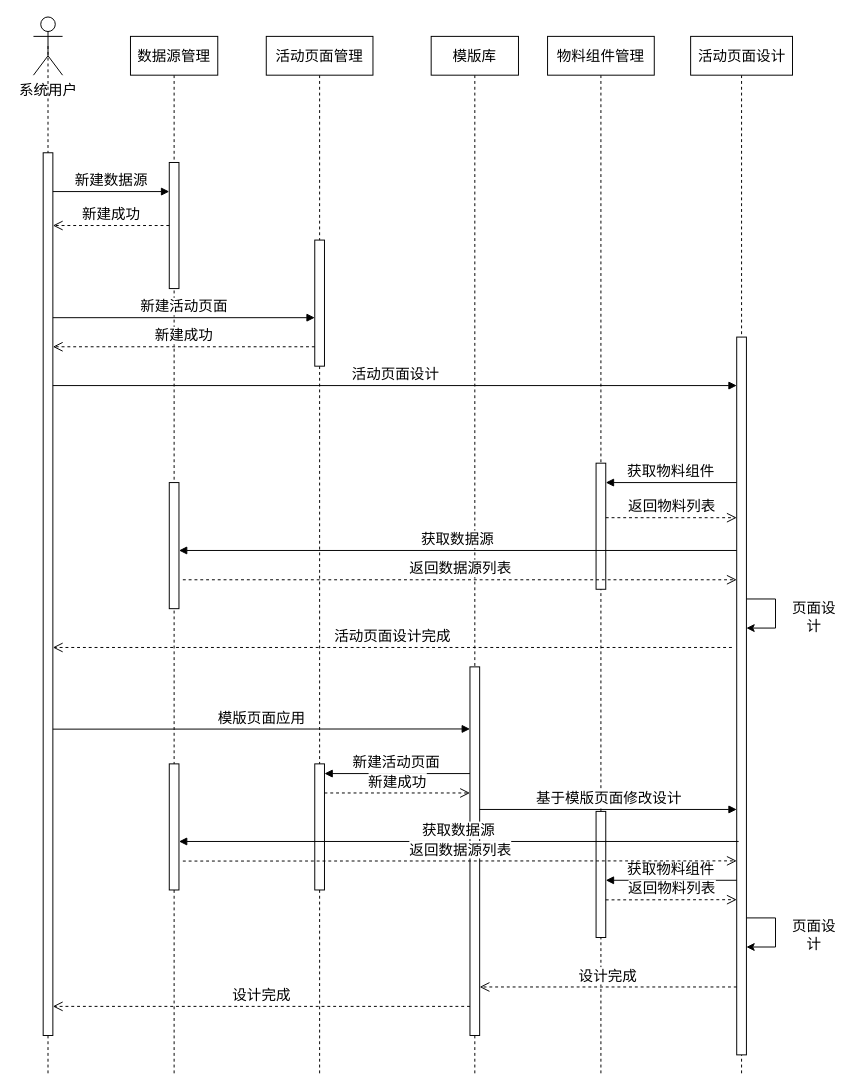
Earlier version of the draw.io diagram 活动页面搭建时序图.drawio (yuxinyu12345/diagrams). Source tidied: cells renumbered, new cells numbered last; positions are measured from the earlier drawing's top-left corner, leaving out a move shared by most shapes. Both pictures are drawn from the tidied source at 97%, with x=0, y=0 at pixel (33, 16).
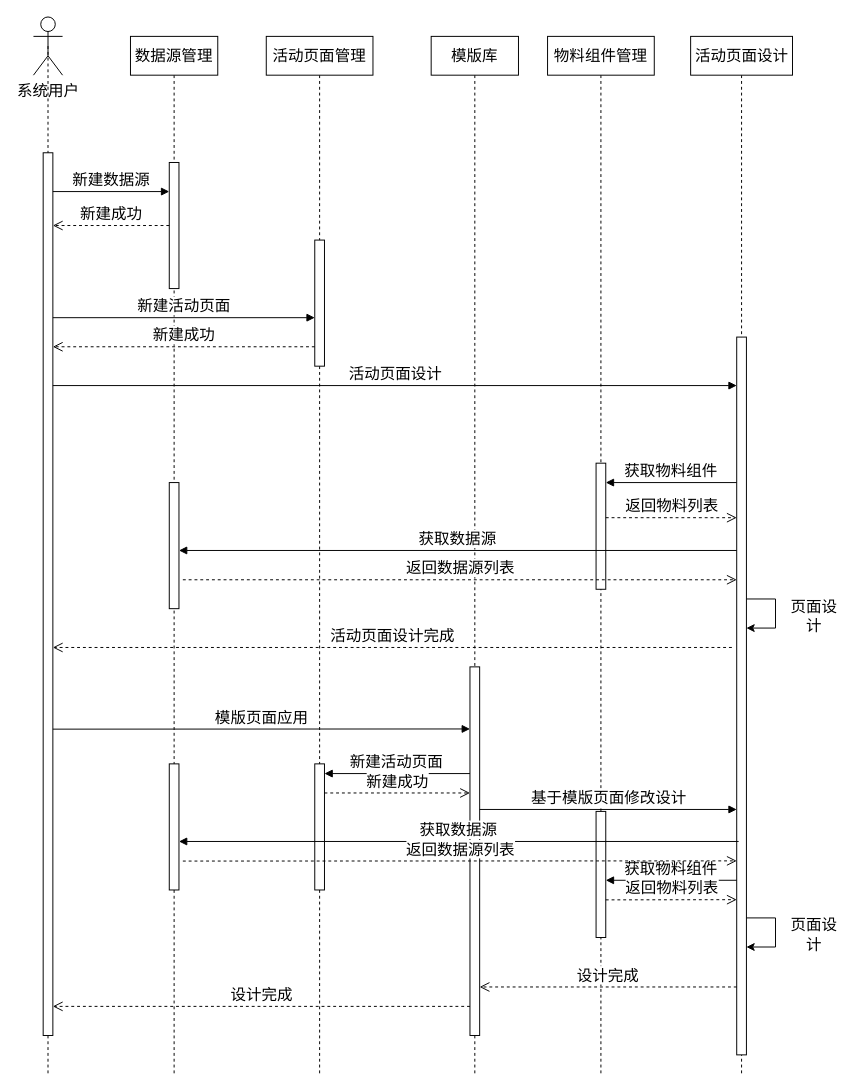
After the change.

Commit message (it also covers changes not shown here):
更新活动页面搭建时序图.drawio

What changed in the source:
```diff
@@
-    <mxCell id="2" style="edgeStyle=orthogonalEdgeStyle;rounded=0;jettySize=auto;html=1;exitX=0.5;exitY=0.5;exitDx=0;exitDy=0;exitPerimeter=0;dashed=1;endArrow=none;endFill=0;" parent="1" edge="1" source="3">
+    <mxCell id="2" style="edgeStyle=orthogonalEdgeStyle;rounded=0;jettySize=auto;html=1;exitX=0.5;exitY=0.5;exitDx=0;exitDy=0;exitPerimeter=0;dashed=1;endArrow=none;endFill=0;fontSize=16;" parent="1" edge="1" source="3">
       <mxGeometry relative="1" as="geometry">
         <mxPoint x="15" y="1090" as="targetPoint" />
       </mxGeometry>
     </mxCell>
-    <mxCell id="3" value="系统用户" style="shape=umlActor;verticalLabelPosition=bottom;verticalAlign=top;html=1;outlineConnect=0;fontSize=15;" parent="1" vertex="1">
+    <mxCell id="3" value="系统用户" style="shape=umlActor;verticalLabelPosition=bottom;verticalAlign=top;html=1;outlineConnect=0;fontSize=16;" parent="1" vertex="1">
       <mxGeometry width="30" height="60" as="geometry" />
     </mxCell>
-    <mxCell id="4" style="edgeStyle=orthogonalEdgeStyle;rounded=0;jettySize=auto;html=1;exitX=0.5;exitY=1;exitDx=0;exitDy=0;dashed=1;endArrow=none;endFill=0;" parent="1" edge="1" source="5">
+    <mxCell id="4" style="edgeStyle=orthogonalEdgeStyle;rounded=0;jettySize=auto;html=1;exitX=0.5;exitY=1;exitDx=0;exitDy=0;dashed=1;endArrow=none;endFill=0;fontSize=16;" parent="1" edge="1" source="5">
       <mxGeometry relative="1" as="geometry">
         <mxPoint x="585" y="1090" as="targetPoint" />
       </mxGeometry>
     </mxCell>
-    <mxCell id="5" value="物料组件管理" style="rounded=0;whiteSpace=wrap;html=1;fontSize=15;" parent="1" vertex="1">
+    <mxCell id="5" value="物料组件管理" style="rounded=0;whiteSpace=wrap;html=1;fontSize=16;" parent="1" vertex="1">
       <mxGeometry x="530" y="20" width="110" height="40" as="geometry" />
     </mxCell>
-    <mxCell id="6" style="edgeStyle=orthogonalEdgeStyle;rounded=0;jettySize=auto;html=1;exitX=0.5;exitY=1;exitDx=0;exitDy=0;dashed=1;endArrow=none;endFill=0;" parent="1" edge="1" source="7">
+    <mxCell id="6" style="edgeStyle=orthogonalEdgeStyle;rounded=0;jettySize=auto;html=1;exitX=0.5;exitY=1;exitDx=0;exitDy=0;dashed=1;endArrow=none;endFill=0;fontSize=16;" parent="1" edge="1" source="7">
       <mxGeometry relative="1" as="geometry">
         <mxPoint x="145" y="1090" as="targetPoint" />
       </mxGeometry>
     </mxCell>
-    <mxCell id="7" value="数据源管理" style="rounded=0;whiteSpace=wrap;html=1;fontSize=15;" parent="1" vertex="1">
+    <mxCell id="7" value="数据源管理" style="rounded=0;whiteSpace=wrap;html=1;fontSize=16;" parent="1" vertex="1">
       <mxGeometry x="100" y="20" width="90" height="40" as="geometry" />
     </mxCell>
-    <mxCell id="8" style="edgeStyle=orthogonalEdgeStyle;rounded=0;jettySize=auto;html=1;exitX=0.5;exitY=1;exitDx=0;exitDy=0;dashed=1;endArrow=none;endFill=0;" parent="1" edge="1" source="9">
+    <mxCell id="8" style="edgeStyle=orthogonalEdgeStyle;rounded=0;jettySize=auto;html=1;exitX=0.5;exitY=1;exitDx=0;exitDy=0;dashed=1;endArrow=none;endFill=0;fontSize=16;" parent="1" edge="1" source="9">
       <mxGeometry relative="1" as="geometry">
         <mxPoint x="295" y="1090" as="targetPoint" />
       </mxGeometry>
     </mxCell>
-    <mxCell id="9" value="活动页面管理" style="rounded=0;whiteSpace=wrap;html=1;fontSize=15;" parent="1" vertex="1">
+    <mxCell id="9" value="活动页面管理" style="rounded=0;whiteSpace=wrap;html=1;fontSize=16;" parent="1" vertex="1">
       <mxGeometry x="240" y="20" width="110" height="40" as="geometry" />
     </mxCell>
-    <mxCell id="10" style="edgeStyle=orthogonalEdgeStyle;rounded=0;jettySize=auto;html=1;exitX=0.5;exitY=1;exitDx=0;exitDy=0;dashed=1;endArrow=none;endFill=0;" parent="1" edge="1" source="11">
+    <mxCell id="10" style="edgeStyle=orthogonalEdgeStyle;rounded=0;jettySize=auto;html=1;exitX=0.5;exitY=1;exitDx=0;exitDy=0;dashed=1;endArrow=none;endFill=0;fontSize=16;" parent="1" edge="1" source="11">
       <mxGeometry relative="1" as="geometry">
         <mxPoint x="730" y="1090" as="targetPoint" />
       </mxGeometry>
     </mxCell>
-    <mxCell id="11" value="活动页面设计" style="rounded=0;whiteSpace=wrap;html=1;fontSize=15;" parent="1" vertex="1">
+    <mxCell id="11" value="活动页面设计" style="rounded=0;whiteSpace=wrap;html=1;fontSize=16;" parent="1" vertex="1">
       <mxGeometry x="677.5" y="20" width="105" height="40" as="geometry" />
     </mxCell>
-    <mxCell id="12" style="html=1;points=[[0,0,0,0,5],[0,1,0,0,-5],[1,0,0,0,5],[1,1,0,0,-5]];perimeter=orthogonalPerimeter;outlineConnect=0;targetShapes=umlLifeline;portConstraint=eastwest;newEdgeStyle={&quot;curved&quot;:0,&quot;rounded&quot;:0};fontSize=15;" parent="1" vertex="1">
+    <mxCell id="12" style="html=1;points=[[0,0,0,0,5],[0,1,0,0,-5],[1,0,0,0,5],[1,1,0,0,-5]];perimeter=orthogonalPerimeter;outlineConnect=0;targetShapes=umlLifeline;portConstraint=eastwest;newEdgeStyle={&quot;curved&quot;:0,&quot;rounded&quot;:0};fontSize=16;" parent="1" vertex="1">
       <mxGeometry x="10" y="140" width="10" height="910" as="geometry" />
     </mxCell>
-    <mxCell id="13" style="html=1;points=[[0,0,0,0,5],[0,1,0,0,-5],[1,0,0,0,5],[1,1,0,0,-5]];perimeter=orthogonalPerimeter;outlineConnect=0;targetShapes=umlLifeline;portConstraint=eastwest;newEdgeStyle={&quot;curved&quot;:0,&quot;rounded&quot;:0};fontSize=15;" parent="1" vertex="1">
+    <mxCell id="13" style="html=1;points=[[0,0,0,0,5],[0,1,0,0,-5],[1,0,0,0,5],[1,1,0,0,-5]];perimeter=orthogonalPerimeter;outlineConnect=0;targetShapes=umlLifeline;portConstraint=eastwest;newEdgeStyle={&quot;curved&quot;:0,&quot;rounded&quot;:0};fontSize=16;" parent="1" vertex="1">
       <mxGeometry x="140" y="150" width="10" height="130" as="geometry" />
     </mxCell>
-    <mxCell id="14" value="新建数据源" style="html=1;verticalAlign=bottom;endArrow=block;curved=0;rounded=0;fontSize=15;" parent="1" edge="1" target="13">
+    <mxCell id="14" value="新建数据源" style="html=1;verticalAlign=bottom;endArrow=block;curved=0;rounded=0;fontSize=16;" parent="1" edge="1" target="13">
       <mxGeometry relative="1" as="geometry">
         <mxPoint x="20" y="180" as="sourcePoint" />
       </mxGeometry>
     </mxCell>
-    <mxCell id="15" value="新建成功" style="html=1;verticalAlign=bottom;endArrow=open;dashed=1;endSize=8;curved=0;rounded=0;fontSize=15;" parent="1" edge="1" source="13" target="12">
+    <mxCell id="15" value="新建成功" style="html=1;verticalAlign=bottom;endArrow=open;dashed=1;endSize=8;curved=0;rounded=0;fontSize=16;" parent="1" edge="1" source="13" target="12">
       <mxGeometry relative="1" as="geometry" />
     </mxCell>
-    <mxCell id="16" style="edgeStyle=orthogonalEdgeStyle;rounded=0;jettySize=auto;html=1;exitX=0.5;exitY=1;exitDx=0;exitDy=0;dashed=1;endArrow=none;endFill=0;" parent="1" edge="1" source="17">
+    <mxCell id="16" style="edgeStyle=orthogonalEdgeStyle;rounded=0;jettySize=auto;html=1;exitX=0.5;exitY=1;exitDx=0;exitDy=0;dashed=1;endArrow=none;endFill=0;fontSize=16;" parent="1" edge="1" source="17">
       <mxGeometry relative="1" as="geometry">
         <mxPoint x="455" y="1090" as="targetPoint" />
       </mxGeometry>
     </mxCell>
-    <mxCell id="17" value="模版库" style="rounded=0;whiteSpace=wrap;html=1;fontSize=15;" parent="1" vertex="1">
+    <mxCell id="17" value="模版库" style="rounded=0;whiteSpace=wrap;html=1;fontSize=16;" parent="1" vertex="1">
       <mxGeometry x="410" y="20" width="90" height="40" as="geometry" />
     </mxCell>
-    <mxCell id="18" style="html=1;points=[[0,0,0,0,5],[0,1,0,0,-5],[1,0,0,0,5],[1,1,0,0,-5]];perimeter=orthogonalPerimeter;outlineConnect=0;targetShapes=umlLifeline;portConstraint=eastwest;newEdgeStyle={&quot;curved&quot;:0,&quot;rounded&quot;:0};fontSize=15;" parent="1" vertex="1">
+    <mxCell id="18" style="html=1;points=[[0,0,0,0,5],[0,1,0,0,-5],[1,0,0,0,5],[1,1,0,0,-5]];perimeter=orthogonalPerimeter;outlineConnect=0;targetShapes=umlLifeline;portConstraint=eastwest;newEdgeStyle={&quot;curved&quot;:0,&quot;rounded&quot;:0};fontSize=16;" parent="1" vertex="1">
       <mxGeometry x="290" y="230" width="10" height="130" as="geometry" />
     </mxCell>
-    <mxCell id="19" value="新建活动页面" style="html=1;verticalAlign=bottom;endArrow=block;curved=0;rounded=0;fontSize=15;" parent="1" edge="1" target="18">
+    <mxCell id="19" value="新建活动页面" style="html=1;verticalAlign=bottom;endArrow=block;curved=0;rounded=0;fontSize=16;" parent="1" edge="1" target="18">
       <mxGeometry relative="1" as="geometry">
         <mxPoint x="20" y="310" as="sourcePoint" />
       </mxGeometry>
     </mxCell>
-    <mxCell id="20" value="新建成功" style="html=1;verticalAlign=bottom;endArrow=open;dashed=1;endSize=8;curved=0;rounded=0;fontSize=15;" parent="1" edge="1" source="18">
+    <mxCell id="20" value="新建成功" style="html=1;verticalAlign=bottom;endArrow=open;dashed=1;endSize=8;curved=0;rounded=0;fontSize=16;" parent="1" edge="1" source="18">
       <mxGeometry relative="1" as="geometry">
         <mxPoint x="20" y="340" as="targetPoint" />
       </mxGeometry>
     </mxCell>
-    <mxCell id="21" style="html=1;points=[[0,0,0,0,5],[0,1,0,0,-5],[1,0,0,0,5],[1,1,0,0,-5]];perimeter=orthogonalPerimeter;outlineConnect=0;targetShapes=umlLifeline;portConstraint=eastwest;newEdgeStyle={&quot;curved&quot;:0,&quot;rounded&quot;:0};" parent="1" vertex="1">
+    <mxCell id="21" style="html=1;points=[[0,0,0,0,5],[0,1,0,0,-5],[1,0,0,0,5],[1,1,0,0,-5]];perimeter=orthogonalPerimeter;outlineConnect=0;targetShapes=umlLifeline;portConstraint=eastwest;newEdgeStyle={&quot;curved&quot;:0,&quot;rounded&quot;:0};fontSize=16;" parent="1" vertex="1">
       <mxGeometry x="725" y="330" width="10" height="740" as="geometry" />
     </mxCell>
-    <mxCell id="22" value="活动页面设计" style="html=1;verticalAlign=bottom;endArrow=block;curved=0;rounded=0;fontSize=15;" parent="1" edge="1" target="21">
+    <mxCell id="22" value="活动页面设计" style="html=1;verticalAlign=bottom;endArrow=block;curved=0;rounded=0;fontSize=16;" parent="1" edge="1" target="21">
       <mxGeometry relative="1" as="geometry">
         <mxPoint x="20" y="380" as="sourcePoint" />
       </mxGeometry>
     </mxCell>
-    <mxCell id="23" style="html=1;points=[[0,0,0,0,5],[0,1,0,0,-5],[1,0,0,0,5],[1,1,0,0,-5]];perimeter=orthogonalPerimeter;outlineConnect=0;targetShapes=umlLifeline;portConstraint=eastwest;newEdgeStyle={&quot;curved&quot;:0,&quot;rounded&quot;:0};fontSize=15;" parent="1" vertex="1">
+    <mxCell id="23" style="html=1;points=[[0,0,0,0,5],[0,1,0,0,-5],[1,0,0,0,5],[1,1,0,0,-5]];perimeter=orthogonalPerimeter;outlineConnect=0;targetShapes=umlLifeline;portConstraint=eastwest;newEdgeStyle={&quot;curved&quot;:0,&quot;rounded&quot;:0};fontSize=16;" parent="1" vertex="1">
       <mxGeometry x="140" y="480" width="10" height="130" as="geometry" />
     </mxCell>
-    <mxCell id="24" style="html=1;perimeter=orthogonalPerimeter;targetShapes=umlLifeline;newEdgeStyle={&quot;curved&quot;:0,&quot;rounded&quot;:0};fontSize=15;" parent="1" vertex="1">
+    <mxCell id="24" style="html=1;perimeter=orthogonalPerimeter;targetShapes=umlLifeline;newEdgeStyle={&quot;curved&quot;:0,&quot;rounded&quot;:0};fontSize=16;" parent="1" vertex="1">
       <mxGeometry x="580" y="460" width="10" height="130" as="geometry" />
     </mxCell>
-    <mxCell id="25" value="获取物料组件" style="html=1;verticalAlign=bottom;endArrow=block;curved=0;rounded=0;fontSize=15;" parent="1" edge="1">
+    <mxCell id="25" value="获取物料组件" style="html=1;verticalAlign=bottom;endArrow=block;curved=0;rounded=0;fontSize=16;" parent="1" edge="1">
       <mxGeometry relative="1" as="geometry">
         <mxPoint x="725" y="480" as="sourcePoint" />
         <mxPoint x="590" y="480" as="targetPoint" />
       </mxGeometry>
     </mxCell>
-    <mxCell id="26" value="获取数据源" style="html=1;verticalAlign=bottom;endArrow=block;curved=0;rounded=0;fontSize=15;" parent="1" edge="1" target="23">
+    <mxCell id="26" value="获取数据源" style="html=1;verticalAlign=bottom;endArrow=block;curved=0;rounded=0;fontSize=16;" parent="1" edge="1" target="23">
       <mxGeometry relative="1" as="geometry">
         <mxPoint x="725" y="550" as="sourcePoint" />
       </mxGeometry>
     </mxCell>
-    <mxCell id="27" value="返回物料列表" style="html=1;verticalAlign=bottom;endArrow=open;dashed=1;endSize=8;curved=0;rounded=0;fontSize=15;" parent="1" edge="1" target="21">
+    <mxCell id="27" value="返回物料列表" style="html=1;verticalAlign=bottom;endArrow=open;dashed=1;endSize=8;curved=0;rounded=0;fontSize=16;" parent="1" edge="1" target="21">
       <mxGeometry relative="1" as="geometry">
         <mxPoint x="590" y="516.2" as="sourcePoint" />
       </mxGeometry>
     </mxCell>
-    <mxCell id="28" value="返回数据源列表" style="html=1;verticalAlign=bottom;endArrow=open;dashed=1;endSize=8;curved=0;rounded=0;fontSize=15;" parent="1" edge="1" target="21">
+    <mxCell id="28" value="返回数据源列表" style="html=1;verticalAlign=bottom;endArrow=open;dashed=1;endSize=8;curved=0;rounded=0;fontSize=16;" parent="1" edge="1" target="21">
       <mxGeometry relative="1" as="geometry">
         <mxPoint x="154" y="580.2" as="sourcePoint" />
       </mxGeometry>
     </mxCell>
-    <mxCell id="29" style="endArrow=classic;html=1;rounded=0;fontSize=15;" parent="1" edge="1">
+    <mxCell id="29" style="endArrow=classic;html=1;rounded=0;fontSize=16;" parent="1" edge="1">
       <mxGeometry relative="1" as="geometry">
         <mxPoint x="735" y="600" as="sourcePoint" />
         <mxPoint x="735" y="630" as="targetPoint" />
         <Array as="points">
           <mxPoint x="765" y="600" />
           <mxPoint x="765" y="630" />
           <mxPoint x="735" y="630" />
         </Array>
       </mxGeometry>
     </mxCell>
-    <mxCell id="30" value="页面设计" style="text;html=1;align=center;verticalAlign=middle;whiteSpace=wrap;rounded=0;fontSize=15;" parent="1" vertex="1">
+    <mxCell id="30" value="页面设计" style="text;html=1;align=center;verticalAlign=middle;whiteSpace=wrap;rounded=0;fontSize=16;" parent="1" vertex="1">
       <mxGeometry x="775" y="602.5" width="60" height="30" as="geometry" />
     </mxCell>
-    <mxCell id="31" value="活动页面设计完成" style="html=1;verticalAlign=bottom;endArrow=open;dashed=1;endSize=8;curved=0;rounded=0;fontSize=15;" parent="1" edge="1">
+    <mxCell id="31" value="活动页面设计完成" style="html=1;verticalAlign=bottom;endArrow=open;dashed=1;endSize=8;curved=0;rounded=0;fontSize=16;" parent="1" edge="1">
       <mxGeometry relative="1" as="geometry">
         <mxPoint x="720" y="650" as="sourcePoint" />
         <mxPoint x="20" y="650" as="targetPoint" />
       </mxGeometry>
     </mxCell>
-    <mxCell id="32" style="html=1;points=[[0,0,0,0,5],[0,1,0,0,-5],[1,0,0,0,5],[1,1,0,0,-5]];perimeter=orthogonalPerimeter;outlineConnect=0;targetShapes=umlLifeline;portConstraint=eastwest;newEdgeStyle={&quot;curved&quot;:0,&quot;rounded&quot;:0};fontSize=15;" parent="1" vertex="1">
+    <mxCell id="32" style="html=1;points=[[0,0,0,0,5],[0,1,0,0,-5],[1,0,0,0,5],[1,1,0,0,-5]];perimeter=orthogonalPerimeter;outlineConnect=0;targetShapes=umlLifeline;portConstraint=eastwest;newEdgeStyle={&quot;curved&quot;:0,&quot;rounded&quot;:0};fontSize=16;" parent="1" vertex="1">
       <mxGeometry x="450" y="670" width="10" height="380" as="geometry" />
     </mxCell>
-    <mxCell id="33" value="模版页面应用" style="html=1;verticalAlign=bottom;endArrow=block;curved=0;rounded=0;fontSize=15;" parent="1" edge="1">
+    <mxCell id="33" value="模版页面应用" style="html=1;verticalAlign=bottom;endArrow=block;curved=0;rounded=0;fontSize=16;" parent="1" edge="1">
       <mxGeometry relative="1" as="geometry">
         <mxPoint x="20" y="734.2" as="sourcePoint" />
         <mxPoint x="450" y="734" as="targetPoint" />
       </mxGeometry>
     </mxCell>
-    <mxCell id="34" style="html=1;perimeter=orthogonalPerimeter;targetShapes=umlLifeline;newEdgeStyle={&quot;curved&quot;:0,&quot;rounded&quot;:0};fontSize=15;" parent="1" vertex="1">
+    <mxCell id="34" style="html=1;perimeter=orthogonalPerimeter;targetShapes=umlLifeline;newEdgeStyle={&quot;curved&quot;:0,&quot;rounded&quot;:0};fontSize=16;" parent="1" vertex="1">
       <mxGeometry x="290" y="770" width="10" height="130" as="geometry" />
     </mxCell>
-    <mxCell id="35" value="新建活动页面" style="html=1;verticalAlign=bottom;endArrow=block;curved=0;rounded=0;fontSize=15;" parent="1" edge="1" source="32">
+    <mxCell id="35" value="新建活动页面" style="html=1;verticalAlign=bottom;endArrow=block;curved=0;rounded=0;fontSize=16;" parent="1" edge="1" source="32">
       <mxGeometry x="0.01" relative="1" as="geometry">
         <mxPoint x="300" y="780" as="targetPoint" />
       </mxGeometry>
     </mxCell>
-    <mxCell id="36" value="新建成功" style="html=1;verticalAlign=bottom;endArrow=open;dashed=1;endSize=8;curved=0;rounded=0;fontSize=15;" parent="1" edge="1">
+    <mxCell id="36" value="新建成功" style="html=1;verticalAlign=bottom;endArrow=open;dashed=1;endSize=8;curved=0;rounded=0;fontSize=16;" parent="1" edge="1">
       <mxGeometry relative="1" as="geometry">
         <mxPoint x="300" y="800" as="sourcePoint" />
         <mxPoint x="450" y="800" as="targetPoint" />
       </mxGeometry>
     </mxCell>
-    <mxCell id="37" style="html=1;perimeter=orthogonalPerimeter;targetShapes=umlLifeline;newEdgeStyle={&quot;curved&quot;:0,&quot;rounded&quot;:0};fontSize=15;" parent="1" vertex="1">
+    <mxCell id="37" style="html=1;perimeter=orthogonalPerimeter;targetShapes=umlLifeline;newEdgeStyle={&quot;curved&quot;:0,&quot;rounded&quot;:0};fontSize=16;" parent="1" vertex="1">
       <mxGeometry x="140" y="770" width="10" height="130" as="geometry" />
     </mxCell>
-    <mxCell id="38" style="html=1;perimeter=orthogonalPerimeter;targetShapes=umlLifeline;newEdgeStyle={&quot;curved&quot;:0,&quot;rounded&quot;:0};fontSize=15;" parent="1" vertex="1">
+    <mxCell id="38" style="html=1;perimeter=orthogonalPerimeter;targetShapes=umlLifeline;newEdgeStyle={&quot;curved&quot;:0,&quot;rounded&quot;:0};fontSize=16;" parent="1" vertex="1">
       <mxGeometry x="580" y="819" width="10" height="130" as="geometry" />
     </mxCell>
-    <mxCell id="39" value="获取物料组件" style="html=1;verticalAlign=bottom;endArrow=block;curved=0;rounded=0;fontSize=15;" parent="1" edge="1">
+    <mxCell id="39" value="获取物料组件" style="html=1;verticalAlign=bottom;endArrow=block;curved=0;rounded=0;fontSize=16;" parent="1" edge="1">
       <mxGeometry relative="1" as="geometry">
         <mxPoint x="725" y="890" as="sourcePoint" />
         <mxPoint x="590" y="890" as="targetPoint" />
       </mxGeometry>
     </mxCell>
-    <mxCell id="40" value="获取数据源" style="html=1;verticalAlign=bottom;endArrow=block;curved=0;rounded=0;fontSize=15;" parent="1" edge="1">
+    <mxCell id="40" value="获取数据源" style="html=1;verticalAlign=bottom;endArrow=block;curved=0;rounded=0;fontSize=16;" parent="1" edge="1">
       <mxGeometry relative="1" as="geometry">
         <mxPoint x="727" y="850" as="sourcePoint" />
         <mxPoint x="150" y="850" as="targetPoint" />
       </mxGeometry>
     </mxCell>
-    <mxCell id="41" value="返回物料列表" style="html=1;verticalAlign=bottom;endArrow=open;dashed=1;endSize=8;curved=0;rounded=0;fontSize=15;" parent="1" edge="1">
+    <mxCell id="41" value="返回物料列表" style="html=1;verticalAlign=bottom;endArrow=open;dashed=1;endSize=8;curved=0;rounded=0;fontSize=16;" parent="1" edge="1">
       <mxGeometry relative="1" as="geometry">
         <mxPoint x="590" y="910.2" as="sourcePoint" />
         <mxPoint x="725" y="910" as="targetPoint" />
       </mxGeometry>
     </mxCell>
-    <mxCell id="42" value="返回数据源列表" style="html=1;verticalAlign=bottom;endArrow=open;dashed=1;endSize=8;curved=0;rounded=0;fontSize=15;" parent="1" edge="1">
+    <mxCell id="42" value="返回数据源列表" style="html=1;verticalAlign=bottom;endArrow=open;dashed=1;endSize=8;curved=0;rounded=0;fontSize=16;" parent="1" edge="1">
       <mxGeometry relative="1" as="geometry">
         <mxPoint x="154" y="870.2" as="sourcePoint" />
         <mxPoint x="725" y="870" as="targetPoint" />
       </mxGeometry>
     </mxCell>
-    <mxCell id="43" value="基于模版页面修改设计" style="html=1;verticalAlign=bottom;endArrow=block;curved=0;rounded=0;fontSize=15;" parent="1" edge="1" target="21">
+    <mxCell id="43" value="基于模版页面修改设计" style="html=1;verticalAlign=bottom;endArrow=block;curved=0;rounded=0;fontSize=16;" parent="1" edge="1" target="21">
       <mxGeometry relative="1" as="geometry">
         <mxPoint x="460" y="817" as="sourcePoint" />
       </mxGeometry>
     </mxCell>
-    <mxCell id="44" style="endArrow=classic;html=1;rounded=0;fontSize=15;" parent="1" edge="1">
+    <mxCell id="44" style="endArrow=classic;html=1;rounded=0;fontSize=16;" parent="1" edge="1">
       <mxGeometry relative="1" as="geometry">
         <mxPoint x="735" y="928.8" as="sourcePoint" />
         <mxPoint x="735" y="958.8" as="targetPoint" />
         <Array as="points">
           <mxPoint x="765" y="928.8" />
           <mxPoint x="765" y="958.8" />
           <mxPoint x="735" y="958.8" />
         </Array>
       </mxGeometry>
     </mxCell>
-    <mxCell id="45" value="页面设计" style="text;html=1;align=center;verticalAlign=middle;whiteSpace=wrap;rounded=0;fontSize=15;" parent="1" vertex="1">
+    <mxCell id="45" value="页面设计" style="text;html=1;align=center;verticalAlign=middle;whiteSpace=wrap;rounded=0;fontSize=16;" parent="1" vertex="1">
       <mxGeometry x="775" y="931.2" width="60" height="30" as="geometry" />
     </mxCell>
-    <mxCell id="46" value="设计完成" style="html=1;verticalAlign=bottom;endArrow=open;dashed=1;endSize=8;curved=0;rounded=0;fontSize=15;" parent="1" edge="1" source="21">
+    <mxCell id="46" value="设计完成" style="html=1;verticalAlign=bottom;endArrow=open;dashed=1;endSize=8;curved=0;rounded=0;fontSize=16;" parent="1" edge="1" source="21">
       <mxGeometry relative="1" as="geometry">
         <mxPoint x="460" y="1000" as="targetPoint" />
       </mxGeometry>
     </mxCell>
-    <mxCell id="47" value="设计完成" style="html=1;verticalAlign=bottom;endArrow=open;dashed=1;endSize=8;curved=0;rounded=0;fontSize=15;" parent="1" edge="1">
+    <mxCell id="47" value="设计完成" style="html=1;verticalAlign=bottom;endArrow=open;dashed=1;endSize=8;curved=0;rounded=0;fontSize=16;" parent="1" edge="1">
       <mxGeometry relative="1" as="geometry">
         <mxPoint x="450" y="1020" as="sourcePoint" />
         <mxPoint x="20" y="1020" as="targetPoint" />
       </mxGeometry>
     </mxCell>
```
